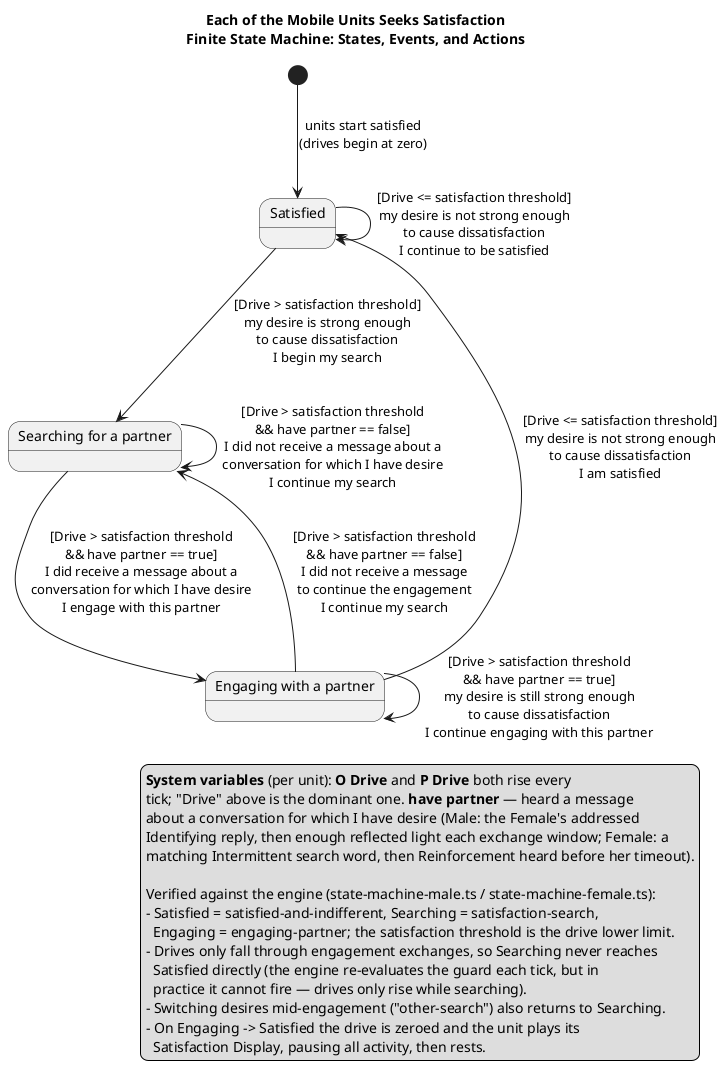
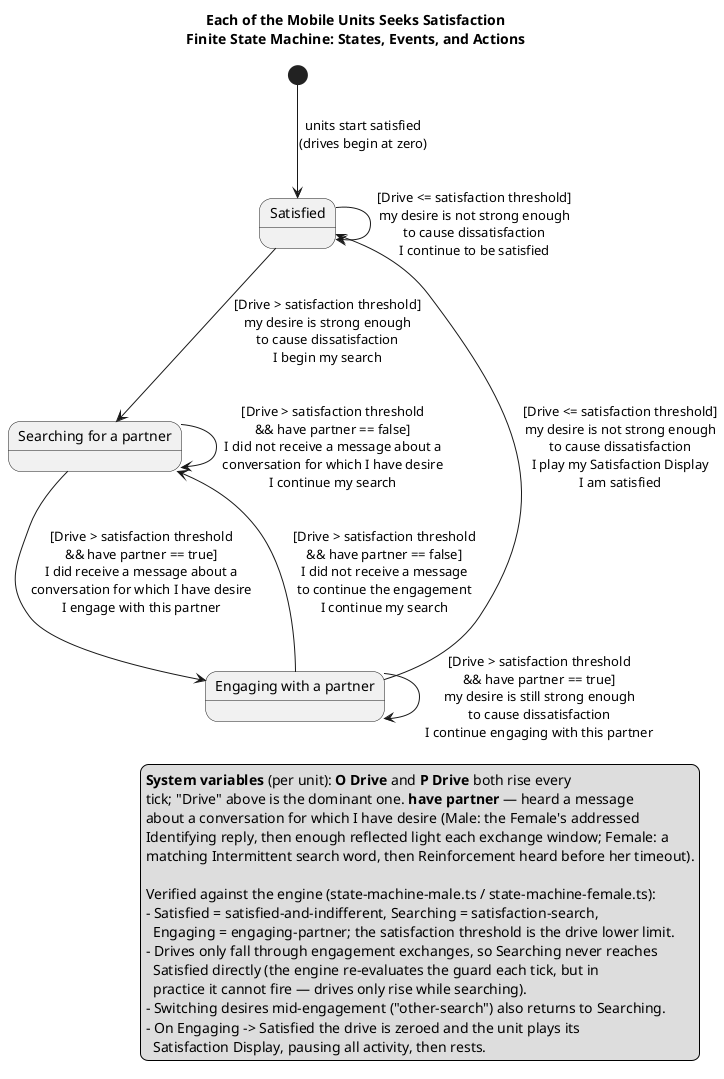
@startuml
' Filename: Unit_Satisfaction_State_Diagram.plantuml
' Diagram Type: State Diagram (finite state machine: states, events, actions)
' Authored 2026-07-21 from the McLeish "How it Works" FSM sketch (in progress 10/12/22)
' and verified against the live engine:
'   src/simulation/behavior/state-machine-male.ts   (Male 3-state engagement machine)
'   src/simulation/behavior/state-machine-female.ts (Female 3-state engagement machine)
'   src/simulation/behavior/drive-decay.ts          (drive levels + four-outcome logic)
'
' The unit-generic lifecycle every Mobile shares — the plain-language "what happens"
' view of the Male and Female engagement machines. "Drive" is the unit's dominant
' desire level (O or P; both rise every tick — entropy, no decay); the satisfaction
' threshold is the drive lower limit. "have partner" means the unit heard a message
' about a conversation for which it has desire.

title Each of the Mobile Units Seeks Satisfaction\nFinite State Machine: States, Events, and Actions

[*] --> Satisfied : units start satisfied\n(drives begin at zero)

state "Satisfied" as Satisfied {
  ' engine: satisfied-and-indifferent — the unit holds still
  ' drives rise a step every tick, so satisfaction is always temporary
}

state "Searching for a partner" as Searching {
  ' engine: satisfaction-search — the unit sweeps, broadcasting / watching
  ' drives keep rising: the longer unsatisfied, the hungrier
}

state "Engaging with a partner" as Engaging {
  ' engine: engaging-partner — the pair converse
  ' each successful exchange lowers the shared drive
}

Satisfied --> Satisfied : [Drive <= satisfaction threshold]\nmy desire is not strong enough\nto cause dissatisfaction\nI continue to be satisfied

Satisfied --> Searching : [Drive > satisfaction threshold]\nmy desire is strong enough\nto cause dissatisfaction\nI begin my search

Searching --> Searching : [Drive > satisfaction threshold\n&& have partner == false]\nI did not receive a message about a\nconversation for which I have desire\nI continue my search

Searching --> Engaging : [Drive > satisfaction threshold\n&& have partner == true]\nI did receive a message about a\nconversation for which I have desire\nI engage with this partner

Engaging --> Engaging : [Drive > satisfaction threshold\n&& have partner == true]\nmy desire is still strong enough\nto cause dissatisfaction\nI continue engaging with this partner

Engaging --> Searching : [Drive > satisfaction threshold\n&& have partner == false]\nI did not receive a message\nto continue the engagement\nI continue my search

- Engaging --> Satisfied : [Drive <= satisfaction threshold]\nmy desire is not strong enough\nto cause dissatisfaction\nI am satisfied
+ Engaging --> Satisfied : [Drive <= satisfaction threshold]\nmy desire is not strong enough\nto cause dissatisfaction\nI play my Satisfaction Display\nI am satisfied

legend right
  <b>System variables</b> (per unit): <b>O Drive</b> and <b>P Drive</b> both rise every
  tick; "Drive" above is the dominant one. <b>have partner</b> — heard a message
  about a conversation for which I have desire (Male: the Female's addressed
  Identifying reply, then enough reflected light each exchange window; Female: a
  matching Intermittent search word, then Reinforcement heard before her timeout).

  Verified against the engine (state-machine-male.ts / state-machine-female.ts):
  - Satisfied = satisfied-and-indifferent, Searching = satisfaction-search,
    Engaging = engaging-partner; the satisfaction threshold is the drive lower limit.
  - Drives only fall through engagement exchanges, so Searching never reaches
    Satisfied directly (the engine re-evaluates the guard each tick, but in
    practice it cannot fire — drives only rise while searching).
  - Switching desires mid-engagement ("other-search") also returns to Searching.
  - On Engaging -> Satisfied the drive is zeroed and the unit plays its
    Satisfaction Display, pausing all activity, then rests.
endlegend

@enduml
